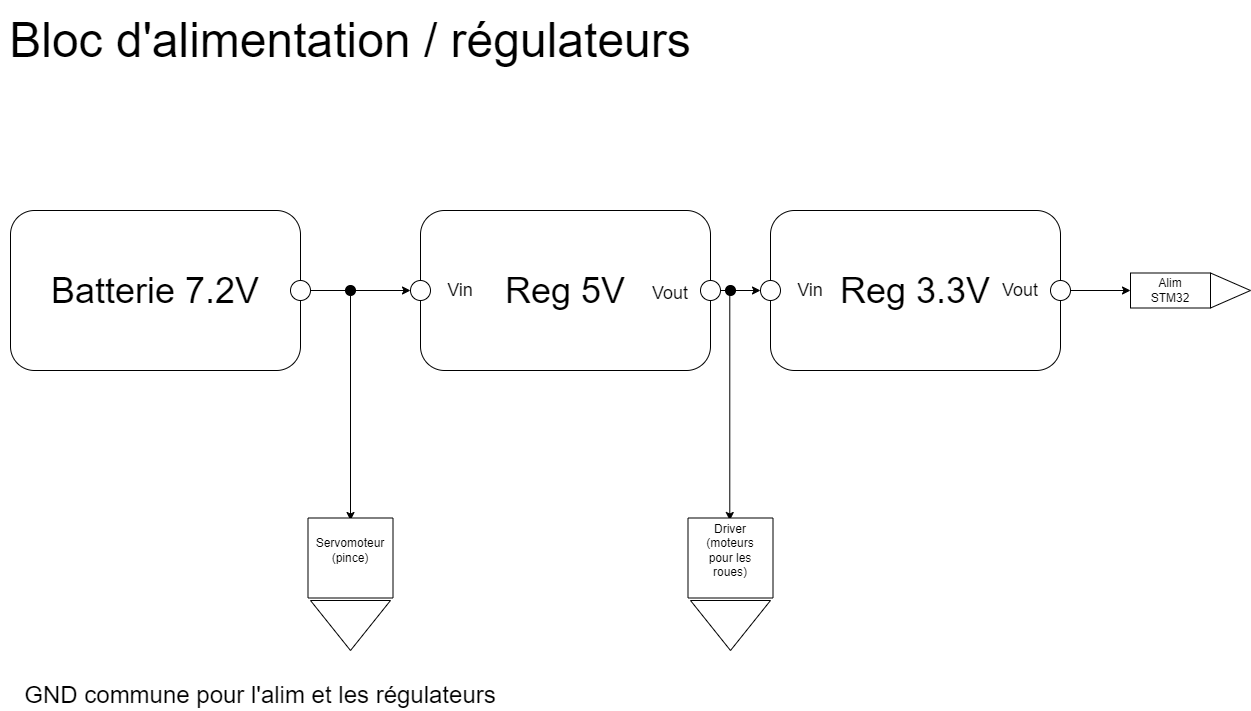
Earlier version of the draw.io export Electronics/System Diagram/SchemaArchitecturalAlim.png (SamiAsfary/Project_ESE). Source tidied: cells renumbered, new cells last; positions are measured from the earlier drawing's top-left corner, leaving out a move shared by most shapes.
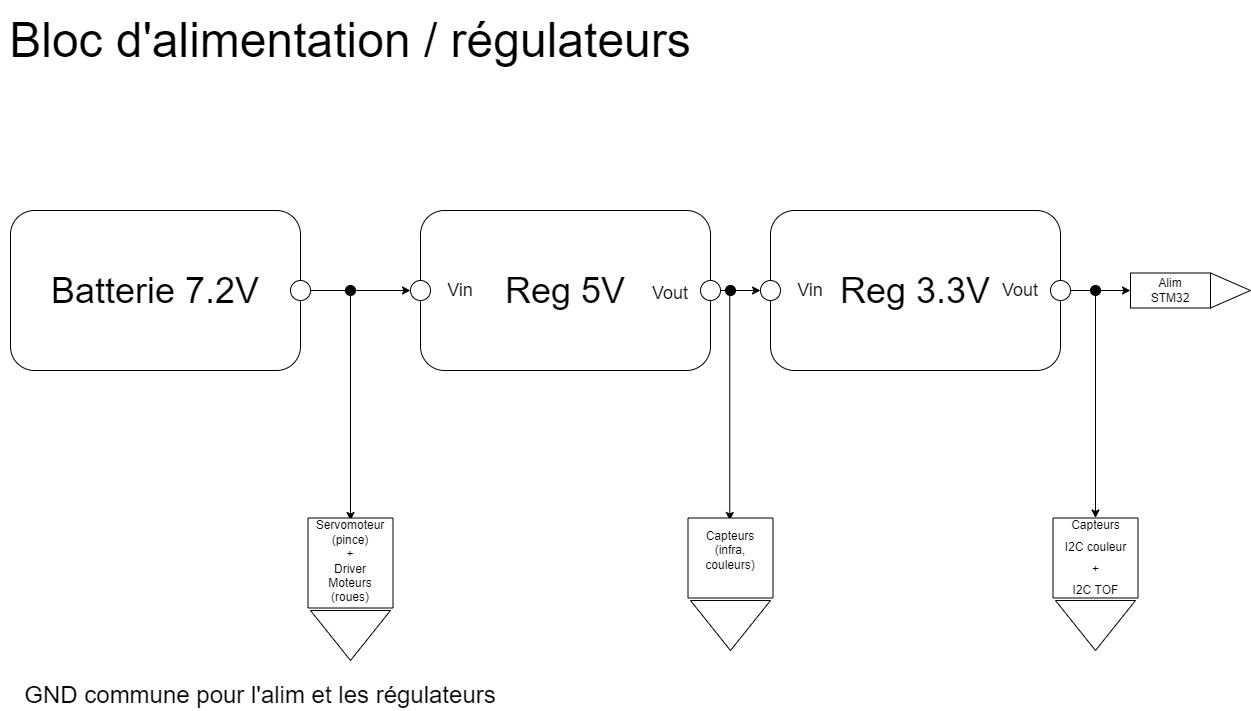
After the change.

Diff of the diagram source:
```diff
@@ -29,7 +29,7 @@
     <mxCell id="10" style="ellipse;whiteSpace=wrap;html=1;" parent="1" vertex="1">
       <mxGeometry x="760" y="280" width="20" height="20" as="geometry" />
     </mxCell>
-    <mxCell id="11" style="edgeStyle=orthogonalEdgeStyle;rounded=0;jettySize=auto;html=1;exitX=1;exitY=0.5;exitDx=0;exitDy=0;entryX=0;entryY=0.5;entryDx=0;entryDy=0;" parent="1" edge="1" source="12" target="13">
+    <mxCell id="11" style="edgeStyle=orthogonalEdgeStyle;rounded=0;jettySize=auto;html=1;exitX=1;exitY=0.5;exitDx=0;exitDy=0;entryX=0;entryY=0.5;entryDx=0;entryDy=0;startArrow=none;" parent="1" edge="1" source="41" target="13">
       <mxGeometry relative="1" as="geometry" />
     </mxCell>
     <mxCell id="12" style="ellipse;whiteSpace=wrap;html=1;" parent="1" vertex="1">
@@ -99,13 +99,13 @@
       </mxGeometry>
     </mxCell>
     <mxCell id="31" style="rounded=0;whiteSpace=wrap;html=1;rotation=90;" parent="1" vertex="1">
-      <mxGeometry x="310" y="515" width="80" height="85" as="geometry" />
+      <mxGeometry x="305" y="520" width="90" height="85" as="geometry" />
     </mxCell>
     <mxCell id="32" style="triangle;whiteSpace=wrap;html=1;direction=south;" parent="1" vertex="1">
-      <mxGeometry x="310" y="600" width="80" height="50" as="geometry" />
+      <mxGeometry x="310" y="610" width="80" height="50" as="geometry" />
     </mxCell>
-    <mxCell id="33" value="&lt;font style=&quot;font-size: 12px;&quot;&gt;Servomoteur&lt;br&gt;(pince)&lt;/font&gt;" style="text;html=1;strokeColor=none;fillColor=none;align=center;verticalAlign=middle;whiteSpace=wrap;rounded=0;" parent="1" vertex="1">
-      <mxGeometry x="320" y="535" width="60" height="30" as="geometry" />
+    <mxCell id="33" value="&lt;font style=&quot;font-size: 12px;&quot;&gt;Servomoteur&lt;br&gt;(pince)&lt;br&gt;+&lt;br&gt;Driver Moteurs&lt;br&gt;(roues)&lt;br&gt;&lt;/font&gt;" style="text;html=1;strokeColor=none;fillColor=none;align=center;verticalAlign=middle;whiteSpace=wrap;rounded=0;" parent="1" vertex="1">
+      <mxGeometry x="320" y="546" width="60" height="30" as="geometry" />
     </mxCell>
     <mxCell id="34" style="rounded=0;whiteSpace=wrap;html=1;rotation=90;" parent="1" vertex="1">
       <mxGeometry x="690" y="515" width="80" height="85" as="geometry" />
@@ -113,11 +113,29 @@
     <mxCell id="35" style="triangle;whiteSpace=wrap;html=1;direction=south;" parent="1" vertex="1">
       <mxGeometry x="690" y="600" width="80" height="50" as="geometry" />
     </mxCell>
-    <mxCell id="36" value="Driver&lt;br&gt;(moteurs pour les roues)" style="text;html=1;strokeColor=none;fillColor=none;align=center;verticalAlign=middle;whiteSpace=wrap;rounded=0;" parent="1" vertex="1">
+    <mxCell id="36" value="Capteurs&lt;br&gt;(infra, couleurs)" style="text;html=1;strokeColor=none;fillColor=none;align=center;verticalAlign=middle;whiteSpace=wrap;rounded=0;" parent="1" vertex="1">
       <mxGeometry x="700" y="535" width="60" height="30" as="geometry" />
     </mxCell>
     <mxCell id="37" value="&lt;font style=&quot;font-size: 24px;&quot;&gt;GND commune pour l'alim et les régulateurs&lt;/font&gt;" style="text;html=1;strokeColor=none;fillColor=none;align=center;verticalAlign=middle;whiteSpace=wrap;rounded=0;fontSize=12;" parent="1" vertex="1">
       <mxGeometry x="10" y="680" width="500" height="30" as="geometry" />
     </mxCell>
+    <mxCell id="38" style="rounded=0;whiteSpace=wrap;html=1;rotation=90;" parent="1" vertex="1">
+      <mxGeometry x="1055" y="515" width="80" height="85" as="geometry" />
+    </mxCell>
+    <mxCell id="39" style="triangle;whiteSpace=wrap;html=1;direction=south;" parent="1" vertex="1">
+      <mxGeometry x="1055" y="600" width="80" height="50" as="geometry" />
+    </mxCell>
+    <mxCell id="40" style="edgeStyle=orthogonalEdgeStyle;rounded=0;jettySize=auto;html=1;exitX=0.5;exitY=1;exitDx=0;exitDy=0;strokeColor=#000000;fontSize=18;entryX=0;entryY=0.5;entryDx=0;entryDy=0;" parent="1" edge="1" source="41" target="38">
+      <mxGeometry relative="1" as="geometry" />
+    </mxCell>
+    <mxCell id="41" style="ellipse;whiteSpace=wrap;html=1;fontSize=36;fillColor=#000000;" parent="1" vertex="1">
+      <mxGeometry x="1090" y="285" width="10" height="10" as="geometry" />
+    </mxCell>
+    <mxCell id="42" style="edgeStyle=orthogonalEdgeStyle;rounded=0;jettySize=auto;html=1;exitX=1;exitY=0.5;exitDx=0;exitDy=0;entryX=0;entryY=0.5;entryDx=0;entryDy=0;endArrow=none;" parent="1" edge="1" source="12" target="41">
+      <mxGeometry relative="1" as="geometry" />
+    </mxCell>
+    <mxCell id="43" value="&lt;font style=&quot;font-size: 12px;&quot;&gt;Capteurs&lt;br&gt;I2C couleur&lt;br&gt;+&lt;br&gt;I2C TOF&lt;br&gt;&lt;/font&gt;" style="text;html=1;strokeColor=none;fillColor=none;align=center;verticalAlign=middle;whiteSpace=wrap;rounded=0;fontSize=18;" parent="1" vertex="1">
+      <mxGeometry x="1052.5" y="540.5" width="85" height="30" as="geometry" />
+    </mxCell>
   </root>
 </mxGraphModel>
```
